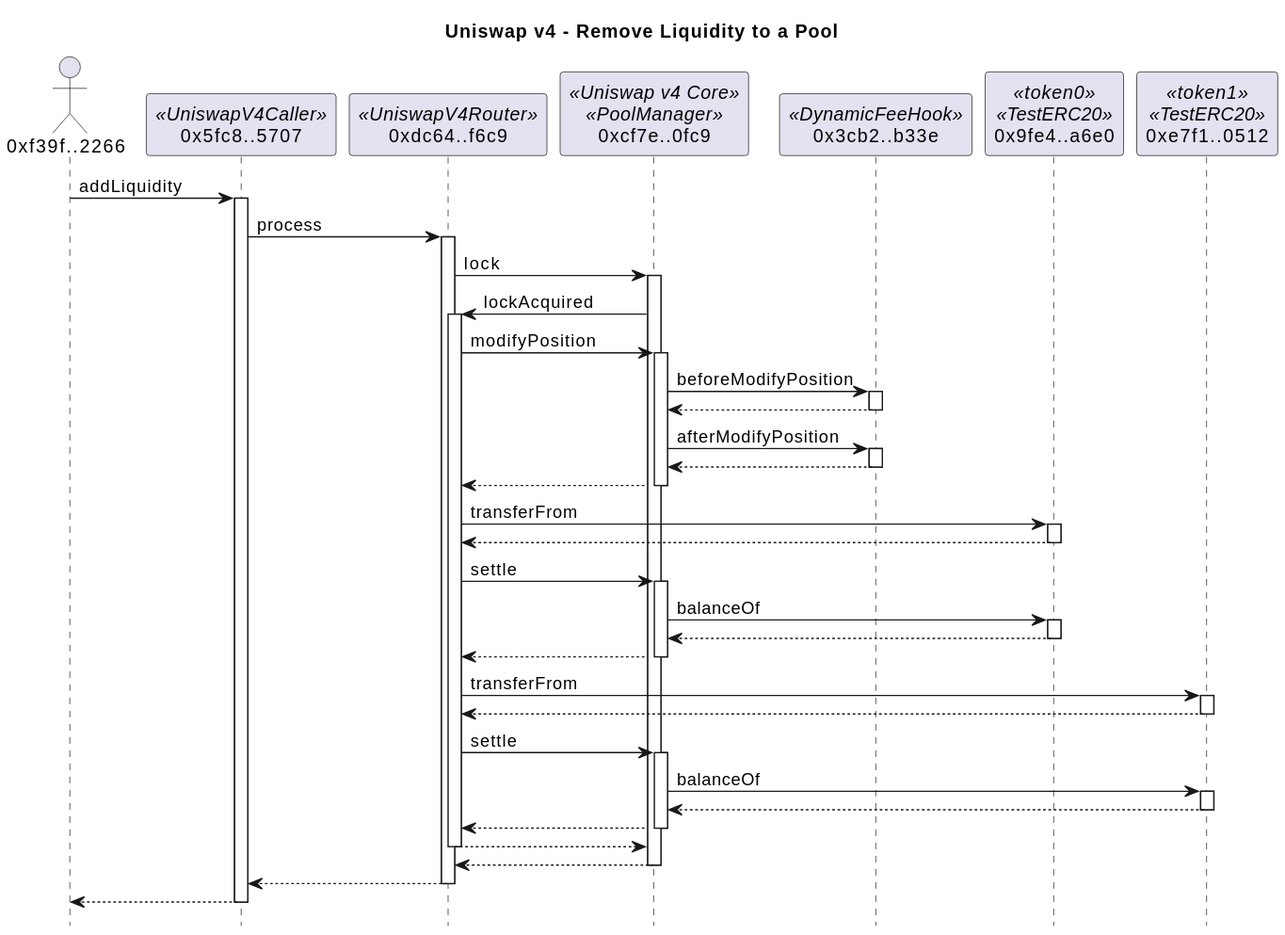
Earlier version of the PlantUML export docs/dynamicFeeAddSummary.svg (naddison36/uniswap-v4-hooks).
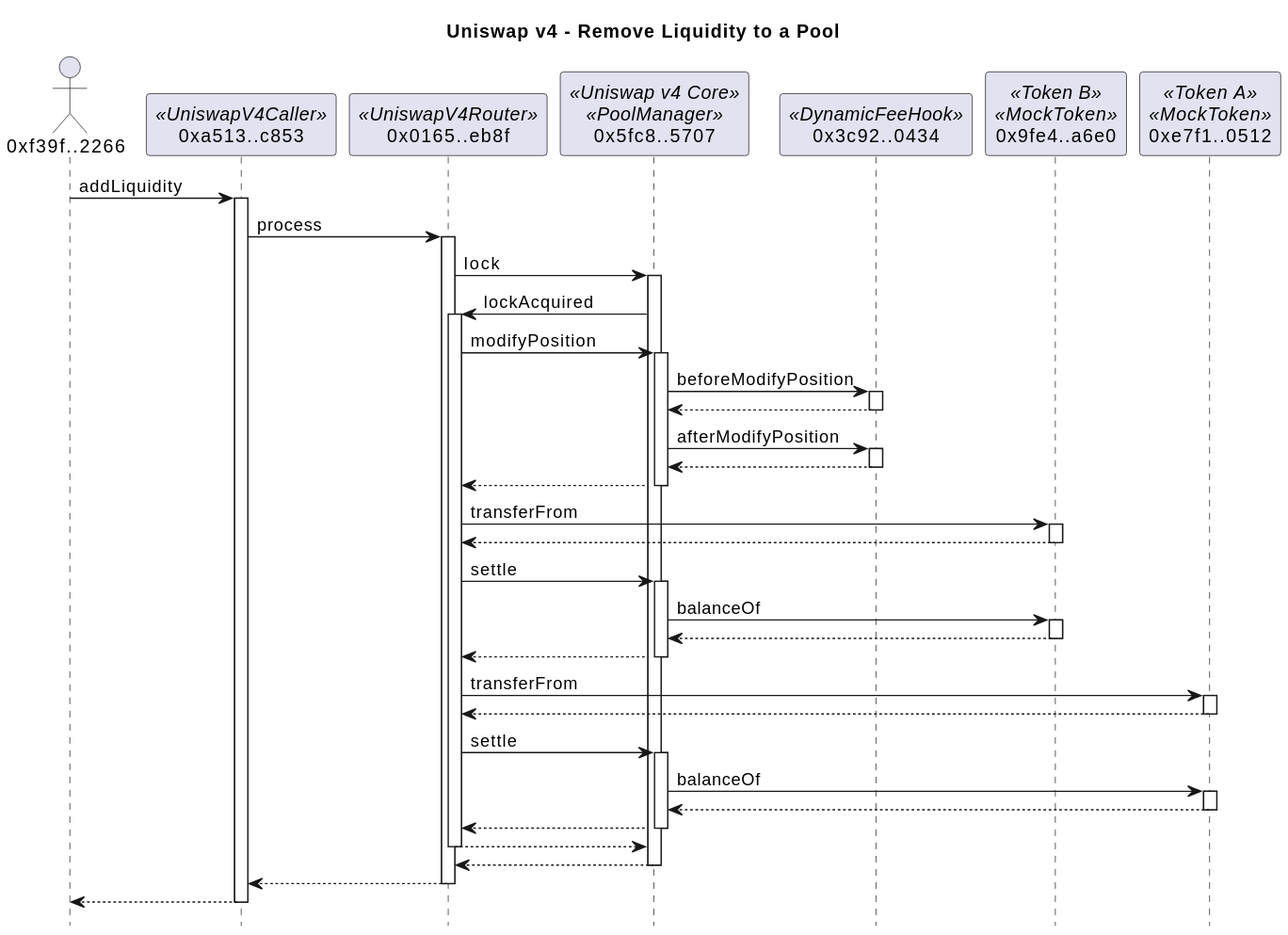
The same diagram one commit later.

The edit, as a diff of the source:
```diff
@@ -3,45 +3,45 @@
 hide footbox
 
 actor "0xf39f..2266" as f39f2266
-participant "0x5fc8..5707" as 5fc85707 <<UniswapV4Caller>>
-participant "0xdc64..f6c9" as dc64f6c9 <<UniswapV4Router>>
-participant "0xcf7e..0fc9" as cf7e0fc9 <<Uniswap v4 Core>><<PoolManager>>
-participant "0x3cb2..b33e" as 3cb2b33e <<DynamicFeeHook>>
-participant "0x9fe4..a6e0" as 9fe4a6e0 <<token0>><<TestERC20>>
-participant "0xe7f1..0512" as e7f10512 <<token1>><<TestERC20>>
+participant "0xa513..c853" as a513c853 <<UniswapV4Caller>>
+participant "0x0165..eb8f" as 0165eb8f <<UniswapV4Router>>
+participant "0x5fc8..5707" as 5fc85707 <<Uniswap v4 Core>><<PoolManager>>
+participant "0x3c92..0434" as 3c920434 <<DynamicFeeHook>>
+participant "0x9fe4..a6e0" as 9fe4a6e0 <<Token B>><<MockToken>>
+participant "0xe7f1..0512" as e7f10512 <<Token A>><<MockToken>>
 
-f39f2266 -> 5fc85707: addLiquidity
+f39f2266 -> a513c853: addLiquidity
+activate a513c853
+a513c853 -> 0165eb8f: process
+activate 0165eb8f
+0165eb8f -> 5fc85707: lock
 activate 5fc85707
-5fc85707 -> dc64f6c9: process
-activate dc64f6c9
-dc64f6c9 -> cf7e0fc9: lock
-activate cf7e0fc9
-cf7e0fc9 -> dc64f6c9: lockAcquired
-activate dc64f6c9
-dc64f6c9 -> cf7e0fc9: modifyPosition
-activate cf7e0fc9
-cf7e0fc9 -> 3cb2b33e: beforeModifyPosition
-activate 3cb2b33e
+5fc85707 -> 0165eb8f: lockAcquired
+activate 0165eb8f
+0165eb8f -> 5fc85707: modifyPosition
+activate 5fc85707
+5fc85707 -> 3c920434: beforeModifyPosition
+activate 3c920434
 return
-cf7e0fc9 -> 3cb2b33e: afterModifyPosition
-activate 3cb2b33e
+5fc85707 -> 3c920434: afterModifyPosition
+activate 3c920434
 return
 return
-dc64f6c9 -> 9fe4a6e0: transferFrom
+0165eb8f -> 9fe4a6e0: transferFrom
 activate 9fe4a6e0
 return
-dc64f6c9 -> cf7e0fc9: settle
-activate cf7e0fc9
-cf7e0fc9 -> 9fe4a6e0: balanceOf
+0165eb8f -> 5fc85707: settle
+activate 5fc85707
+5fc85707 -> 9fe4a6e0: balanceOf
 activate 9fe4a6e0
 return
 return
-dc64f6c9 -> e7f10512: transferFrom
+0165eb8f -> e7f10512: transferFrom
 activate e7f10512
 return
-dc64f6c9 -> cf7e0fc9: settle
-activate cf7e0fc9
-cf7e0fc9 -> e7f10512: balanceOf
+0165eb8f -> 5fc85707: settle
+activate 5fc85707
+5fc85707 -> e7f10512: balanceOf
 activate e7f10512
 return
 return
```
